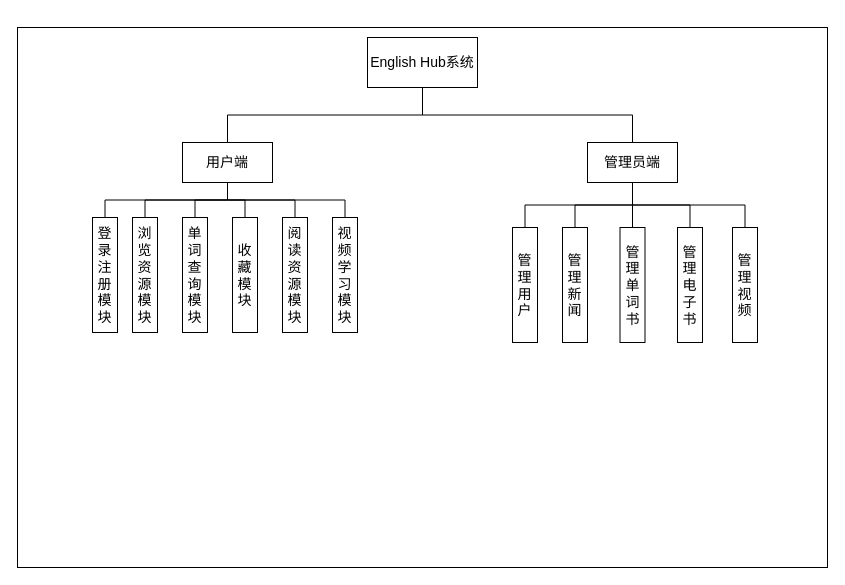
Above: 系统需求分析框架.drawio in 6Yolo6/GraduationDesign (draw.io), before the change. Source tidied: cells renumbered, new cells numbered last; positions are measured from the earlier drawing's top-left corner, leaving out a move shared by most shapes. Both pictures are drawn from the tidied source at 100%, with x=0, y=0 at pixel (17, 27).
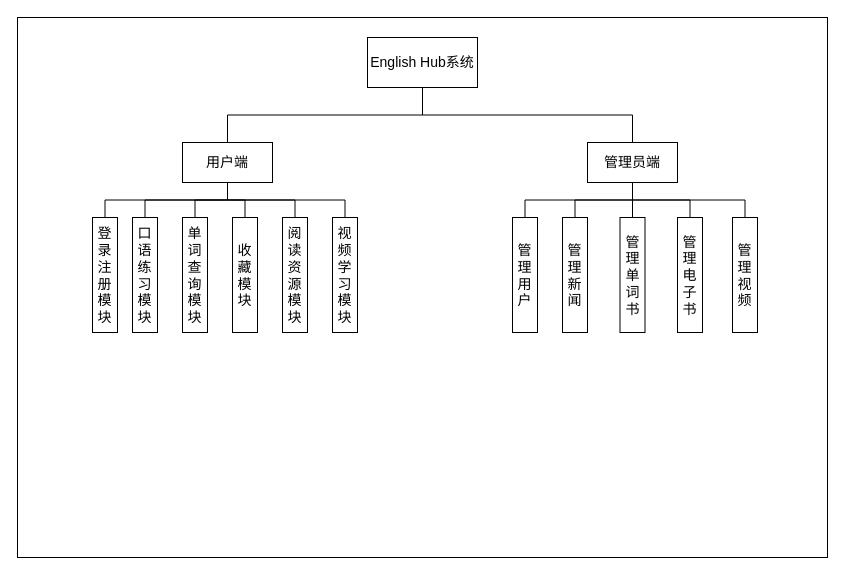
The same page after the edit.

Commit message:
更新系统需求分析框架.drawio

Change to the diagram source:
```diff
@@
     <mxCell id="2" style="rounded=0;whiteSpace=wrap;html=1;" parent="1" vertex="1">
-      <mxGeometry width="810" height="540" as="geometry" />
+      <mxGeometry y="-10" width="810" height="540" as="geometry" />
     </mxCell>
@@
-    <mxCell id="10" value="浏览资源模块" style="rounded=0;whiteSpace=wrap;html=1;fontSize=14;direction=south;" parent="1" vertex="1">
+    <mxCell id="10" value="口语练习模块" style="rounded=0;whiteSpace=wrap;html=1;fontSize=14;direction=south;" parent="1" vertex="1">
       <mxGeometry x="115" y="190" width="25" height="115" as="geometry" />
     </mxCell>
     <mxCell id="11" value="管理用户" style="rounded=0;whiteSpace=wrap;html=1;fontSize=14;direction=south;" parent="1" vertex="1">
-      <mxGeometry x="495" y="200" width="25" height="115" as="geometry" />
+      <mxGeometry x="495" y="190" width="25" height="115" as="geometry" />
     </mxCell>
     <mxCell id="12" value="管理新闻" style="rounded=0;whiteSpace=wrap;html=1;fontSize=14;direction=south;" parent="1" vertex="1">
-      <mxGeometry x="545" y="200" width="25" height="115" as="geometry" />
+      <mxGeometry x="545" y="190" width="25" height="115" as="geometry" />
     </mxCell>
     <mxCell id="13" value="管理单词书" style="rounded=0;whiteSpace=wrap;html=1;fontSize=14;direction=south;" parent="1" vertex="1">
-      <mxGeometry x="602.5" y="200" width="25" height="115" as="geometry" />
+      <mxGeometry x="602.5" y="190" width="25" height="115" as="geometry" />
     </mxCell>
     <mxCell id="14" value="管理电子书" style="rounded=0;whiteSpace=wrap;html=1;fontSize=14;direction=south;" parent="1" vertex="1">
-      <mxGeometry x="660" y="200" width="25" height="115" as="geometry" />
+      <mxGeometry x="660" y="190" width="25" height="115" as="geometry" />
     </mxCell>
     <mxCell id="15" value="管理视频" style="rounded=0;whiteSpace=wrap;html=1;fontSize=14;direction=south;" parent="1" vertex="1">
-      <mxGeometry x="715" y="200" width="25" height="115" as="geometry" />
+      <mxGeometry x="715" y="190" width="25" height="115" as="geometry" />
     </mxCell>
```
